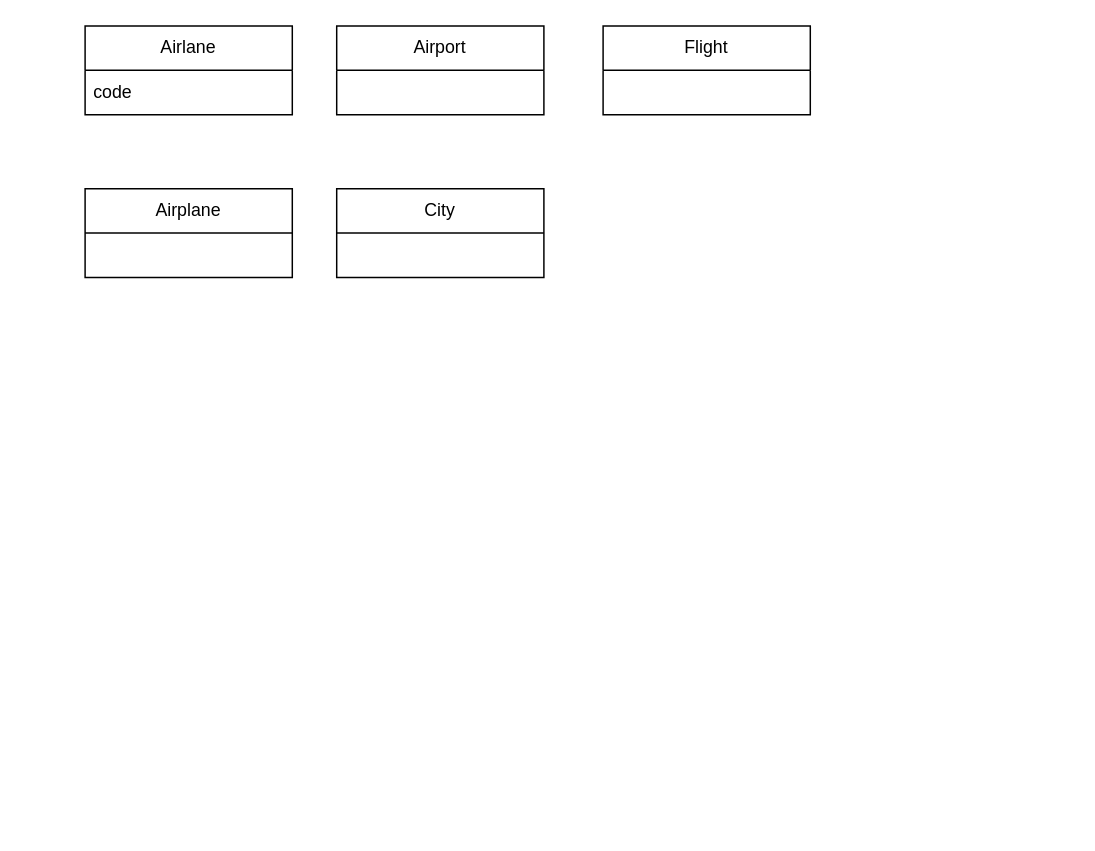
Before: Diagram bez tytułu.drawio in malinowakrew/ztb, a draw.io diagram. Source tidied: cells renumbered, new cells numbered last; positions are measured from the earlier drawing's top-left corner, leaving out a move shared by most shapes. Both pictures are drawn from the tidied source at 148%, with x=0, y=0 at pixel (84, 25).
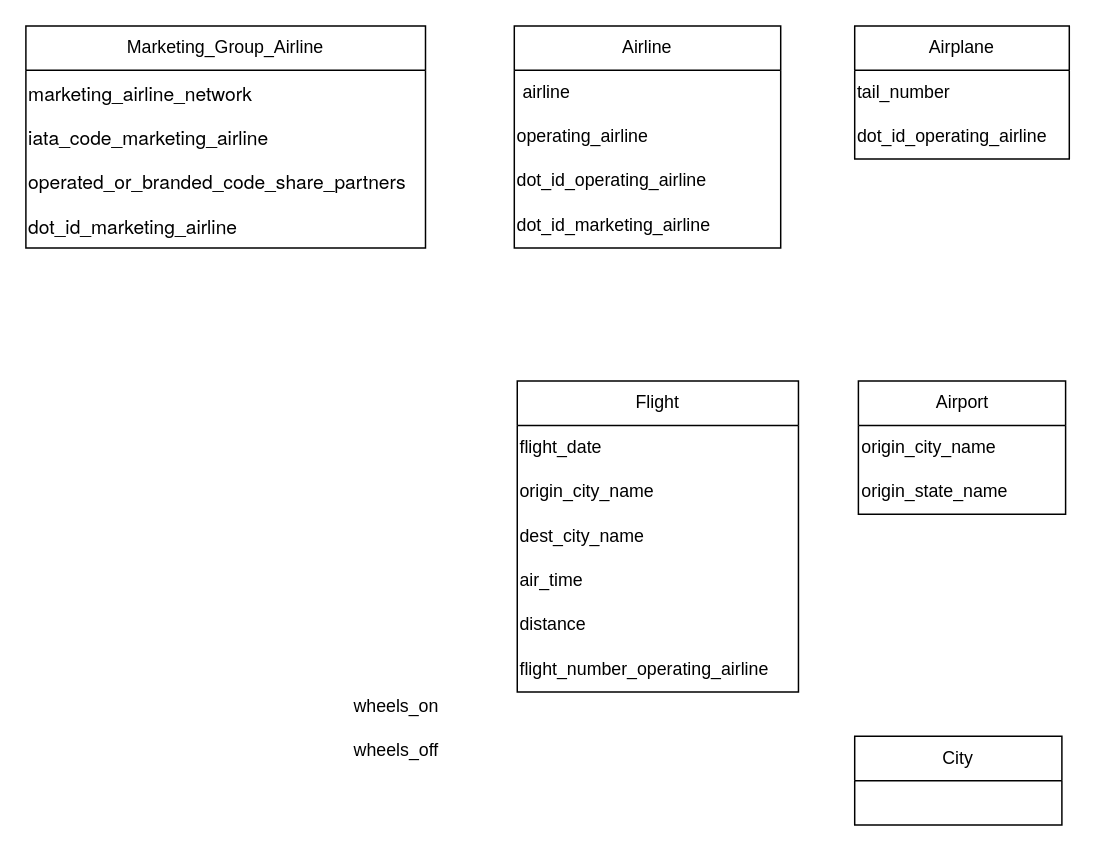
The same diagram, later.

The edit, as a diff of the source:
```diff
@@
-    <mxCell id="2" value="Airlane" style="swimlane;fontStyle=0;horizontal=1;startSize=30;whiteSpace=wrap;html=1;" parent="1" vertex="1">
-      <mxGeometry width="140" height="60" as="geometry" />
+    <mxCell id="2" value="Airline" style="swimlane;fontStyle=0;horizontal=1;startSize=30;whiteSpace=wrap;html=1;" parent="1" vertex="1">
+      <mxGeometry x="290" width="180" height="150" as="geometry" />
     </mxCell>
-    <mxCell id="3" value="code" style="text;strokeColor=none;fillColor=none;align=left;verticalAlign=middle;spacingLeft=4;spacingRight=4;overflow=hidden;whiteSpace=wrap;html=1;" parent="2" vertex="1">
-      <mxGeometry y="30" width="140" height="30" as="geometry" />
+    <mxCell id="3" value="airline" style="text;strokeColor=none;fillColor=none;align=left;verticalAlign=middle;spacingLeft=4;spacingRight=4;overflow=hidden;whiteSpace=wrap;html=1;" parent="2" vertex="1">
+      <mxGeometry y="30" width="180" height="30" as="geometry" />
     </mxCell>
+    <mxCell id="8" value="operating_airline" style="text;html=1;align=left;verticalAlign=middle;strokeColor=none;fillColor=none;" parent="2" vertex="1">
+      <mxGeometry y="60" width="180" height="30" as="geometry" />
+    </mxCell>
+    <mxCell id="9" value="dot_id_operating_airline" style="text;html=1;align=left;verticalAlign=middle;strokeColor=none;fillColor=none;" parent="2" vertex="1">
+      <mxGeometry y="90" width="180" height="30" as="geometry" />
+    </mxCell>
+    <mxCell id="10" value="dot_id_marketing_airline" style="text;html=1;align=left;verticalAlign=middle;strokeColor=none;fillColor=none;" parent="2" vertex="1">
+      <mxGeometry y="120" width="180" height="30" as="geometry" />
+    </mxCell>
     <mxCell id="4" value="Airport" style="swimlane;fontStyle=0;horizontal=1;startSize=30;whiteSpace=wrap;html=1;" parent="1" vertex="1">
-      <mxGeometry x="170" width="140" height="60" as="geometry" />
+      <mxGeometry x="522.5" y="240" width="140" height="90" as="geometry" />
     </mxCell>
+    <mxCell id="11" value="origin_city_name" style="text;html=1;align=left;verticalAlign=middle;strokeColor=none;fillColor=none;" parent="4" vertex="1">
+      <mxGeometry y="30" width="140" height="30" as="geometry" />
+    </mxCell>
+    <mxCell id="12" value="origin_state_name" style="text;html=1;align=left;verticalAlign=middle;strokeColor=none;fillColor=none;" parent="4" vertex="1">
+      <mxGeometry y="60" width="140" height="30" as="geometry" />
+    </mxCell>
     <mxCell id="5" value="Flight" style="swimlane;fontStyle=0;horizontal=1;startSize=30;whiteSpace=wrap;html=1;" parent="1" vertex="1">
-      <mxGeometry x="350" width="140" height="60" as="geometry" />
+      <mxGeometry x="292" y="240" width="190" height="210" as="geometry" />
     </mxCell>
+    <mxCell id="13" value="flight_date" style="text;html=1;align=left;verticalAlign=middle;strokeColor=none;fillColor=none;" parent="5" vertex="1">
+      <mxGeometry y="30" width="190" height="30" as="geometry" />
+    </mxCell>
+    <mxCell id="14" value="origin_city_name" style="text;html=1;align=left;verticalAlign=middle;strokeColor=none;fillColor=none;" parent="5" vertex="1">
+      <mxGeometry y="60" width="190" height="30" as="geometry" />
+    </mxCell>
+    <mxCell id="15" value="dest_city_name" style="text;html=1;align=left;verticalAlign=middle;strokeColor=none;fillColor=none;" parent="5" vertex="1">
+      <mxGeometry y="90" width="190" height="30" as="geometry" />
+    </mxCell>
+    <mxCell id="16" value="air_time" style="text;html=1;align=left;verticalAlign=middle;strokeColor=none;fillColor=none;" parent="5" vertex="1">
+      <mxGeometry y="120" width="190" height="30" as="geometry" />
+    </mxCell>
+    <mxCell id="17" value="distance" style="text;html=1;align=left;verticalAlign=middle;strokeColor=none;fillColor=none;" parent="5" vertex="1">
+      <mxGeometry y="150" width="190" height="30" as="geometry" />
+    </mxCell>
+    <mxCell id="18" value="flight_number_operating_airline" style="text;html=1;align=left;verticalAlign=middle;strokeColor=none;fillColor=none;" parent="5" vertex="1">
+      <mxGeometry y="180" width="190" height="30" as="geometry" />
+    </mxCell>
     <mxCell id="6" value="Airplane" style="swimlane;fontStyle=0;horizontal=1;startSize=30;whiteSpace=wrap;html=1;" parent="1" vertex="1">
-      <mxGeometry y="110" width="140" height="60" as="geometry" />
+      <mxGeometry x="520" width="145" height="90" as="geometry" />
     </mxCell>
+    <mxCell id="19" value="tail_number" style="text;html=1;align=left;verticalAlign=middle;strokeColor=none;fillColor=none;" parent="6" vertex="1">
+      <mxGeometry y="30" width="145" height="30" as="geometry" />
+    </mxCell>
+    <mxCell id="20" value="dot_id_operating_airline" style="text;html=1;align=left;verticalAlign=middle;strokeColor=none;fillColor=none;" parent="6" vertex="1">
+      <mxGeometry y="60" width="145" height="30" as="geometry" />
+    </mxCell>
     <mxCell id="7" value="City" style="swimlane;fontStyle=0;horizontal=1;startSize=30;whiteSpace=wrap;html=1;" parent="1" vertex="1">
-      <mxGeometry x="170" y="110" width="140" height="60" as="geometry" />
+      <mxGeometry x="520" y="480" width="140" height="60" as="geometry" />
     </mxCell>
+    <mxCell id="21" value="Marketing_Group_Airline" style="swimlane;fontStyle=0;horizontal=1;startSize=30;whiteSpace=wrap;html=1;" parent="1" vertex="1">
+      <mxGeometry x="-40" width="270" height="150" as="geometry" />
+    </mxCell>
+    <mxCell id="22" value="&lt;p style=&quot;margin: 0px; font-stretch: normal; font-size: 13px; line-height: normal; font-family: &amp;quot;Helvetica Neue&amp;quot;;&quot;&gt;marketing_airline_network&lt;/p&gt;" style="text;html=1;align=left;verticalAlign=middle;strokeColor=none;fillColor=none;" parent="21" vertex="1">
+      <mxGeometry y="30" width="270" height="30" as="geometry" />
+    </mxCell>
+    <mxCell id="23" value="&lt;p style=&quot;margin: 0px; font-stretch: normal; font-size: 13px; line-height: normal; font-family: &amp;quot;Helvetica Neue&amp;quot;;&quot;&gt;iata_code_marketing_airline&lt;/p&gt;" style="text;html=1;align=left;verticalAlign=middle;strokeColor=none;fillColor=none;" parent="21" vertex="1">
+      <mxGeometry y="60" width="270" height="30" as="geometry" />
+    </mxCell>
+    <mxCell id="24" value="&lt;p style=&quot;margin: 0px; font-stretch: normal; font-size: 13px; line-height: normal; font-family: &amp;quot;Helvetica Neue&amp;quot;;&quot;&gt;operated_or_branded_code_share_partners&amp;nbsp;&lt;/p&gt;" style="text;html=1;align=left;verticalAlign=middle;strokeColor=none;fillColor=none;" parent="21" vertex="1">
+      <mxGeometry y="90" width="270" height="30" as="geometry" />
+    </mxCell>
+    <mxCell id="25" value="&lt;p style=&quot;margin: 0px; font-stretch: normal; font-size: 13px; line-height: normal; font-family: &amp;quot;Helvetica Neue&amp;quot;;&quot;&gt;dot_id_marketing_airline&lt;/p&gt;" style="text;html=1;align=left;verticalAlign=middle;strokeColor=none;fillColor=none;" parent="21" vertex="1">
+      <mxGeometry y="120" width="270" height="30" as="geometry" />
+    </mxCell>
+    <mxCell id="26" value="wheels_on" style="text;html=1;align=center;verticalAlign=middle;strokeColor=none;fillColor=none;" parent="1" vertex="1">
+      <mxGeometry x="170" y="445" width="80" height="30" as="geometry" />
+    </mxCell>
+    <mxCell id="27" value="wheels_off" style="text;html=1;align=center;verticalAlign=middle;strokeColor=none;fillColor=none;" parent="1" vertex="1">
+      <mxGeometry x="170" y="475" width="80" height="30" as="geometry" />
+    </mxCell>
```
